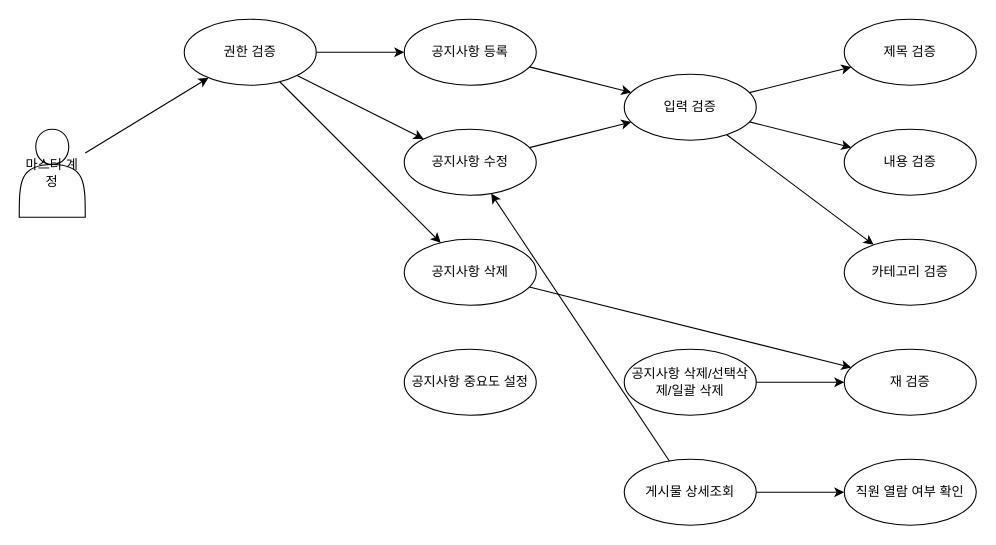
The draw.io diagram BOD-ANN-003.drawio in fury2019/Diagram, before the edit. Source tidied: cells renumbered, new cells numbered last; positions are measured from the earlier drawing's top-left corner, leaving out a move shared by most shapes. Both pictures are drawn from the tidied source at 110%, with x=0, y=0 at pixel (19, 19).
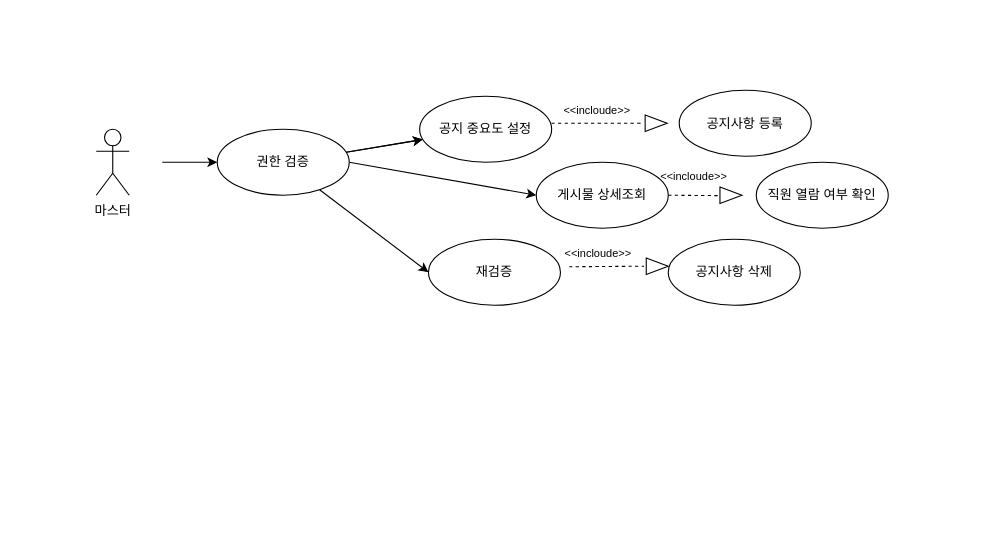
Above is the later version.

The edit, as a diff of the source:
```diff
@@
-    <mxCell id="2" value="마스터 계정" style="shape=actor;whiteSpace=wrap;html=1;" parent="1" vertex="1">
-      <mxGeometry y="100" width="60" height="80" as="geometry" />
-    </mxCell>
     <mxCell id="3" value="권한 검증" style="ellipse;whiteSpace=wrap;html=1;" parent="1" vertex="1">
-      <mxGeometry x="150" width="120" height="60" as="geometry" />
+      <mxGeometry x="180" y="100" width="120" height="60" as="geometry" />
     </mxCell>
     <mxCell id="4" value="공지사항 등록" style="ellipse;whiteSpace=wrap;html=1;" parent="1" vertex="1">
-      <mxGeometry x="350" width="120" height="60" as="geometry" />
+      <mxGeometry x="600" y="64.5" width="120" height="60" as="geometry" />
     </mxCell>
-    <mxCell id="5" value="공지사항 수정" style="ellipse;whiteSpace=wrap;html=1;" parent="1" vertex="1">
-      <mxGeometry x="350" y="100" width="120" height="60" as="geometry" />
-    </mxCell>
-    <mxCell id="6" value="공지사항 삭제" style="ellipse;whiteSpace=wrap;html=1;" parent="1" vertex="1">
-      <mxGeometry x="350" y="200" width="120" height="60" as="geometry" />
+    <mxCell id="6" value="재검증" style="ellipse;whiteSpace=wrap;html=1;" parent="1" vertex="1">
+      <mxGeometry x="372" y="200" width="120" height="60" as="geometry" />
     </mxCell>
-    <mxCell id="7" value="입력 검증" style="ellipse;whiteSpace=wrap;html=1;" parent="1" vertex="1">
-      <mxGeometry x="550" y="50" width="120" height="60" as="geometry" />
-    </mxCell>
-    <mxCell id="8" value="제목 검증" style="ellipse;whiteSpace=wrap;html=1;" parent="1" vertex="1">
-      <mxGeometry x="750" width="120" height="60" as="geometry" />
-    </mxCell>
-    <mxCell id="9" value="내용 검증" style="ellipse;whiteSpace=wrap;html=1;" parent="1" vertex="1">
-      <mxGeometry x="750" y="100" width="120" height="60" as="geometry" />
-    </mxCell>
-    <mxCell id="10" value="카테고리 검증" style="ellipse;whiteSpace=wrap;html=1;" parent="1" vertex="1">
-      <mxGeometry x="750" y="200" width="120" height="60" as="geometry" />
-    </mxCell>
-    <mxCell id="11" value="공지사항 중요도 설정" style="ellipse;whiteSpace=wrap;html=1;" parent="1" vertex="1">
-      <mxGeometry x="350" y="300" width="120" height="60" as="geometry" />
-    </mxCell>
-    <mxCell id="12" value="공지사항 삭제/선택삭제/일괄 삭제" style="ellipse;whiteSpace=wrap;html=1;" parent="1" vertex="1">
-      <mxGeometry x="550" y="300" width="120" height="60" as="geometry" />
-    </mxCell>
-    <mxCell id="13" value="재 검증" style="ellipse;whiteSpace=wrap;html=1;" parent="1" vertex="1">
-      <mxGeometry x="750" y="300" width="120" height="60" as="geometry" />
+    <mxCell id="13" value="공지사항 삭제" style="ellipse;whiteSpace=wrap;html=1;" parent="1" vertex="1">
+      <mxGeometry x="590" y="200" width="120" height="60" as="geometry" />
     </mxCell>
     <mxCell id="14" value="게시물 상세조회" style="ellipse;whiteSpace=wrap;html=1;" parent="1" vertex="1">
-      <mxGeometry x="550" y="400" width="120" height="60" as="geometry" />
+      <mxGeometry x="470" y="130" width="120" height="60" as="geometry" />
     </mxCell>
     <mxCell id="15" value="직원 열람 여부 확인" style="ellipse;whiteSpace=wrap;html=1;" parent="1" vertex="1">
-      <mxGeometry x="750" y="400" width="120" height="60" as="geometry" />
+      <mxGeometry x="670" y="130" width="120" height="60" as="geometry" />
     </mxCell>
-    <mxCell id="16" parent="1" edge="1" source="2" target="3">
-      <mxGeometry relative="1" as="geometry" />
+    <mxCell id="16" parent="1" edge="1" target="3">
+      <mxGeometry relative="1" as="geometry">
+        <mxPoint x="130" y="130" as="sourcePoint" />
+      </mxGeometry>
     </mxCell>
-    <mxCell id="17" parent="1" edge="1" source="3" target="4">
-      <mxGeometry relative="1" as="geometry" />
-    </mxCell>
@@
-    <mxCell id="19" parent="1" edge="1" source="3" target="6">
+    <mxCell id="19" style="entryX=0;entryY=0.5;entryDx=0;entryDy=0;" parent="1" edge="1" source="3" target="6">
       <mxGeometry relative="1" as="geometry" />
     </mxCell>
-    <mxCell id="20" parent="1" edge="1" source="4" target="7">
-      <mxGeometry relative="1" as="geometry" />
-    </mxCell>
-    <mxCell id="21" parent="1" edge="1" source="5" target="7">
-      <mxGeometry relative="1" as="geometry" />
-    </mxCell>
-    <mxCell id="22" parent="1" edge="1" source="7" target="8">
-      <mxGeometry relative="1" as="geometry" />
-    </mxCell>
-    <mxCell id="23" parent="1" edge="1" source="7" target="9">
-      <mxGeometry relative="1" as="geometry" />
-    </mxCell>
-    <mxCell id="24" parent="1" edge="1" source="7" target="10">
-      <mxGeometry relative="1" as="geometry" />
-    </mxCell>
-    <mxCell id="25" parent="1" edge="1" source="6" target="13">
-      <mxGeometry relative="1" as="geometry" />
-    </mxCell>
-    <mxCell id="26" parent="1" edge="1" source="12" target="13">
-      <mxGeometry relative="1" as="geometry" />
-    </mxCell>
-    <mxCell id="27" parent="1" edge="1" source="14" target="5">
-      <mxGeometry relative="1" as="geometry" />
-    </mxCell>
-    <mxCell id="28" parent="1" edge="1" source="14" target="15">
-      <mxGeometry relative="1" as="geometry" />
-    </mxCell>
+    <mxCell id="29" value="마스터" style="shape=umlActor;verticalLabelPosition=bottom;verticalAlign=top;html=1;" parent="1" vertex="1">
+      <mxGeometry x="70" y="100" width="30" height="60" as="geometry" />
+    </mxCell>
+    <mxCell id="30" parent="1" edge="1" source="3" target="5">
+      <mxGeometry relative="1" as="geometry" />
+    </mxCell>
+    <mxCell id="5" value="공지 중요도 설정" style="ellipse;whiteSpace=wrap;html=1;" parent="1" vertex="1">
+      <mxGeometry x="364" y="70" width="120" height="60" as="geometry" />
+    </mxCell>
+    <mxCell id="31" style="endArrow=none;dashed=1;html=1;rounded=0;fontSize=12;startSize=8;endSize=8;curved=1;exitX=1;exitY=0.5;exitDx=0;exitDy=0;" parent="1" edge="1">
+      <mxGeometry relative="1" as="geometry">
+        <mxPoint x="484" y="94.5" as="sourcePoint" />
+        <mxPoint x="567" y="94.5" as="targetPoint" />
+      </mxGeometry>
+    </mxCell>
+    <mxCell id="32" value="&lt;font style=&quot;font-size: 10px; font-weight: normal;&quot;&gt;&amp;lt;&amp;lt;incloude&amp;gt;&amp;gt;&lt;/font&gt;" style="text;strokeColor=none;fillColor=none;html=1;fontSize=24;fontStyle=1;verticalAlign=middle;align=center;" parent="1" vertex="1">
+      <mxGeometry x="492" y="70" width="66" height="17" as="geometry" />
+    </mxCell>
+    <mxCell id="33" style="triangle;whiteSpace=wrap;html=1;" parent="1" vertex="1">
+      <mxGeometry x="569" y="87" width="20" height="15" as="geometry" />
+    </mxCell>
+    <mxCell id="34" style="endArrow=none;dashed=1;html=1;rounded=0;fontSize=12;startSize=8;endSize=8;curved=1;" parent="1" edge="1">
+      <mxGeometry relative="1" as="geometry">
+        <mxPoint x="500" y="225" as="sourcePoint" />
+        <mxPoint x="568" y="224.5" as="targetPoint" />
+      </mxGeometry>
+    </mxCell>
+    <mxCell id="35" value="&lt;font style=&quot;font-size: 10px; font-weight: normal;&quot;&gt;&amp;lt;&amp;lt;incloude&amp;gt;&amp;gt;&lt;/font&gt;" style="text;strokeColor=none;fillColor=none;html=1;fontSize=24;fontStyle=1;verticalAlign=middle;align=center;" parent="1" vertex="1">
+      <mxGeometry x="493" y="200" width="66" height="17" as="geometry" />
+    </mxCell>
+    <mxCell id="36" style="triangle;whiteSpace=wrap;html=1;" parent="1" vertex="1">
+      <mxGeometry x="570" y="217" width="20" height="15" as="geometry" />
+    </mxCell>
+    <mxCell id="37" style="endArrow=none;dashed=1;html=1;rounded=0;fontSize=12;startSize=8;endSize=8;curved=1;exitX=1;exitY=0.5;exitDx=0;exitDy=0;entryX=-0.078;entryY=0.522;entryDx=0;entryDy=0;entryPerimeter=0;" parent="1" edge="1" source="14" target="39">
+      <mxGeometry relative="1" as="geometry" />
+    </mxCell>
+    <mxCell id="38" value="&lt;font style=&quot;font-size: 10px; font-weight: normal;&quot;&gt;&amp;lt;&amp;lt;incloude&amp;gt;&amp;gt;&lt;/font&gt;" style="text;strokeColor=none;fillColor=none;html=1;fontSize=24;fontStyle=1;verticalAlign=middle;align=center;" parent="1" vertex="1">
+      <mxGeometry x="580" y="130" width="66" height="17" as="geometry" />
+    </mxCell>
+    <mxCell id="39" style="triangle;whiteSpace=wrap;html=1;" parent="1" vertex="1">
+      <mxGeometry x="637" y="152.5" width="20" height="15" as="geometry" />
+    </mxCell>
+    <mxCell id="40" style="exitX=1;exitY=0.5;exitDx=0;exitDy=0;entryX=0;entryY=0.5;entryDx=0;entryDy=0;" parent="1" edge="1" source="3" target="14">
+      <mxGeometry relative="1" as="geometry" />
+    </mxCell>
```
